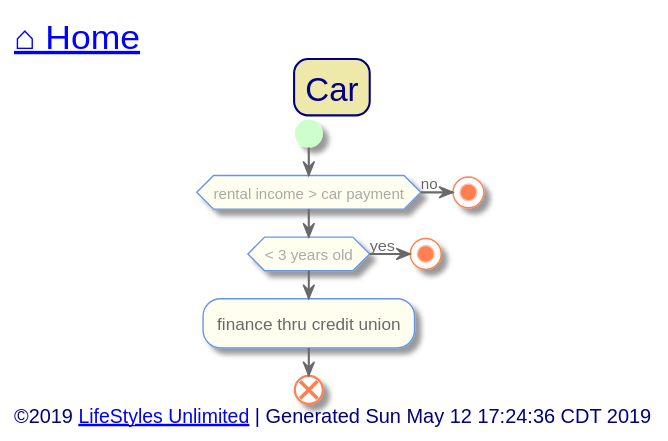
Above: out/src/unlimited-lifestyle/car.svg in toddmo/lifestylesunlimited (PlantUML), before the change.
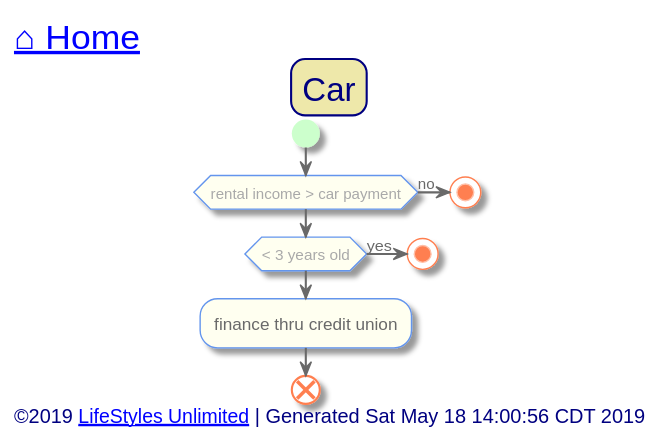
After the change.

The edit, as a diff of the source:
```diff
@@ -98,7 +98,7 @@
 
 
 left footer
-	<font size=14>©2019 [[http://www.lifestylesunlimited.com LifeStyles Unlimited]] | Generated Sun May 12 17:24:36 CDT 2019</font>
+	<font size=14>©2019 [[http://www.lifestylesunlimited.com LifeStyles Unlimited]] | Generated Sat May 18 14:00:56 CDT 2019</font>
 endfooter
 
 
```
